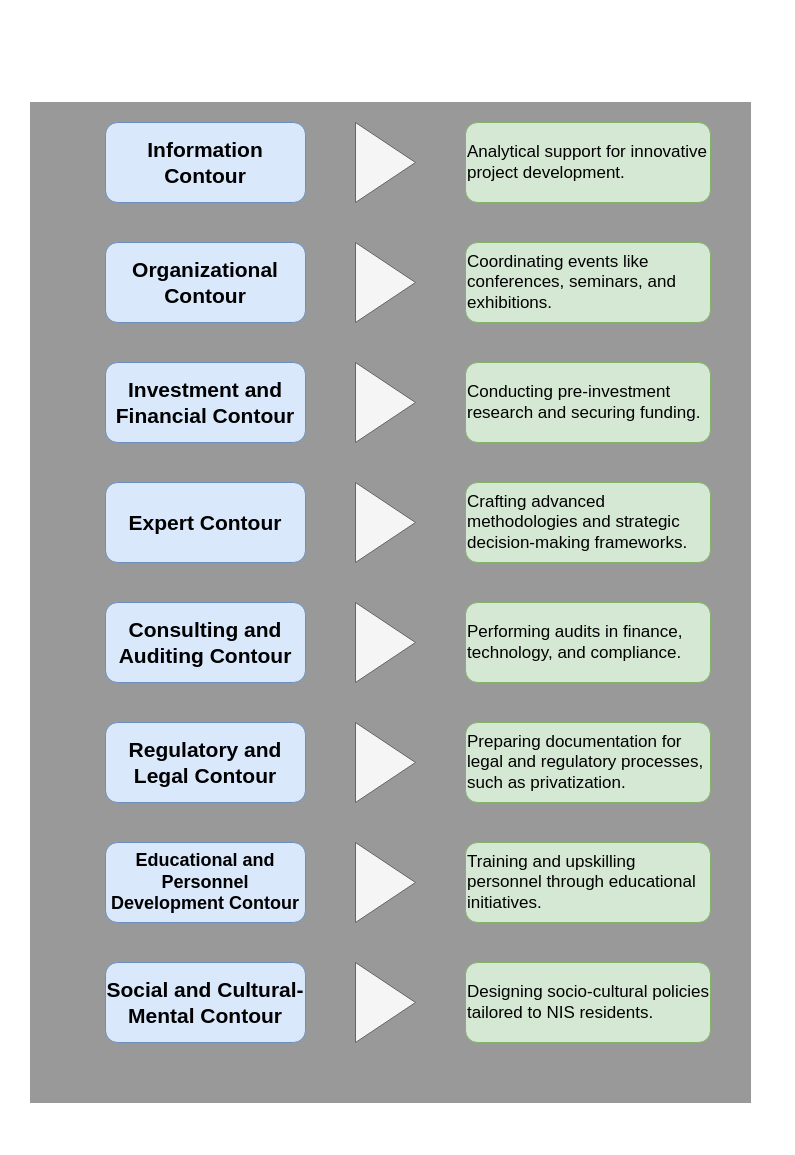
Before: page "Page-1" (1 of 4) of symposiofiles.drawio in EduardoJunqueira2004/Draw.ioFiles, a draw.io diagram. Source tidied: cells renumbered, new cells numbered last; positions are measured from the earlier drawing's top-left corner, leaving out a move shared by most shapes. Both pictures are drawn from the tidied source at 100%, with x=0, y=0 at pixel (30, 102).
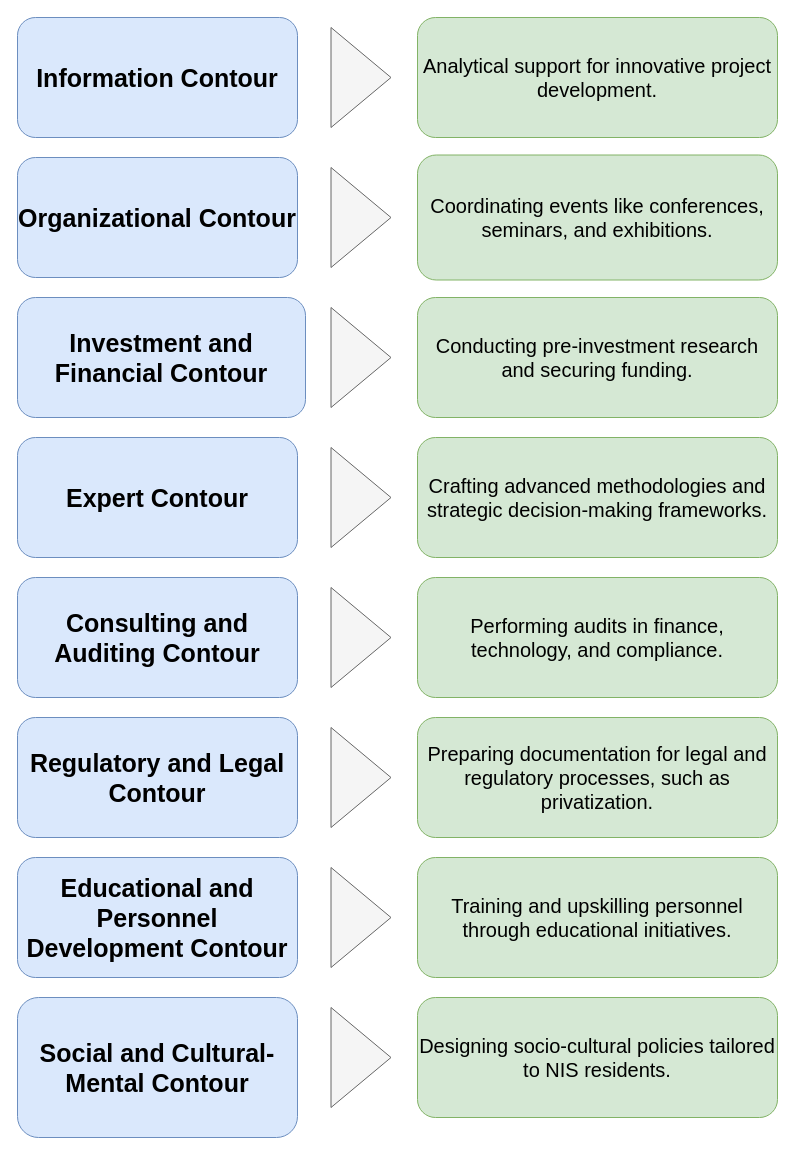
The same diagram, later.

The edit, as a diff of the source:
```diff
@@
-    <mxCell id="2" style="rounded=0;whiteSpace=wrap;html=1;fillColor=#999999;fontColor=default;strokeColor=#999999;strokeWidth=1;labelBackgroundColor=none;textOpacity=60;textShadow=0;labelBorderColor=none;" parent="1" vertex="1">
-      <mxGeometry width="720" height="1000" as="geometry" />
-    </mxCell>
-    <mxCell id="3" value="&lt;span style=&quot;caret-color: rgb(0, 0, 0); text-align: start;&quot;&gt;&lt;b style=&quot;&quot;&gt;&lt;font face=&quot;Helvetica&quot; style=&quot;font-size: 21px;&quot;&gt;Information Contour&lt;/font&gt;&lt;/b&gt;&lt;/span&gt;" style="rounded=1;whiteSpace=wrap;html=1;fillColor=#dae8fc;strokeColor=#6c8ebf;" parent="1" vertex="1">
-      <mxGeometry x="75" y="20" width="200" height="80" as="geometry" />
+    <mxCell id="3" value="&lt;span style=&quot;caret-color: rgb(0, 0, 0); text-align: start;&quot;&gt;&lt;b style=&quot;&quot;&gt;&lt;font face=&quot;Helvetica&quot; style=&quot;font-size: 25px;&quot;&gt;Information Contour&lt;/font&gt;&lt;/b&gt;&lt;/span&gt;" style="rounded=1;whiteSpace=wrap;html=1;fillColor=#dae8fc;strokeColor=#6c8ebf;" parent="1" vertex="1">
+      <mxGeometry x="-13" y="-85" width="280" height="120" as="geometry" />
     </mxCell>
-    <mxCell id="4" style="triangle;whiteSpace=wrap;html=1;fillColor=#f5f5f5;fontColor=#333333;strokeColor=#666666;" parent="1" vertex="1">
-      <mxGeometry x="325" y="20" width="60" height="80" as="geometry" />
-    </mxCell>
-    <mxCell id="5" value="&lt;span style=&quot;caret-color: rgb(0, 0, 0);&quot;&gt;&lt;font face=&quot;Helvetica&quot; style=&quot;font-size: 17px;&quot;&gt;Analytical support for innovative project development.&lt;/font&gt;&lt;/span&gt;" style="rounded=1;whiteSpace=wrap;html=1;fillColor=#d5e8d4;strokeColor=#82b366;align=left;" parent="1" vertex="1">
-      <mxGeometry x="435" y="20" width="245" height="80" as="geometry" />
+    <mxCell id="5" value="&lt;span style=&quot;caret-color: rgb(0, 0, 0);&quot;&gt;&lt;font face=&quot;Helvetica&quot; style=&quot;font-size: 20px;&quot;&gt;Analytical support for innovative project development.&lt;/font&gt;&lt;/span&gt;" style="rounded=1;whiteSpace=wrap;html=1;fillColor=#d5e8d4;strokeColor=#82b366;align=center;" parent="1" vertex="1">
+      <mxGeometry x="387" y="-85" width="360" height="120" as="geometry" />
     </mxCell>
-    <mxCell id="6" value="&lt;span style=&quot;caret-color: rgb(0, 0, 0); text-align: start;&quot;&gt;&lt;b style=&quot;&quot;&gt;&lt;font face=&quot;Helvetica&quot; style=&quot;font-size: 21px;&quot;&gt;Organizational Contour&lt;/font&gt;&lt;/b&gt;&lt;/span&gt;" style="rounded=1;whiteSpace=wrap;html=1;fillColor=#dae8fc;strokeColor=#6c8ebf;" parent="1" vertex="1">
-      <mxGeometry x="75" y="140" width="200" height="80" as="geometry" />
+    <mxCell id="6" value="&lt;span style=&quot;caret-color: rgb(0, 0, 0); text-align: start;&quot;&gt;&lt;b style=&quot;&quot;&gt;&lt;font face=&quot;Helvetica&quot; style=&quot;font-size: 25px;&quot;&gt;Organizational Contour&lt;/font&gt;&lt;/b&gt;&lt;/span&gt;" style="rounded=1;whiteSpace=wrap;html=1;fillColor=#dae8fc;strokeColor=#6c8ebf;" parent="1" vertex="1">
+      <mxGeometry x="-13" y="55" width="280" height="120" as="geometry" />
     </mxCell>
-    <mxCell id="7" style="triangle;whiteSpace=wrap;html=1;fillColor=#f5f5f5;fontColor=#333333;strokeColor=#666666;" parent="1" vertex="1">
-      <mxGeometry x="325" y="140" width="60" height="80" as="geometry" />
-    </mxCell>
-    <mxCell id="8" value="&lt;span style=&quot;caret-color: rgb(0, 0, 0);&quot;&gt;&lt;font face=&quot;Helvetica&quot; style=&quot;font-size: 17px;&quot;&gt;Coordinating events like conferences, seminars, and exhibitions.&lt;/font&gt;&lt;/span&gt;" style="rounded=1;whiteSpace=wrap;html=1;fillColor=#d5e8d4;strokeColor=#82b366;align=left;" parent="1" vertex="1">
-      <mxGeometry x="435" y="140" width="245" height="80" as="geometry" />
+    <mxCell id="8" value="&lt;span style=&quot;caret-color: rgb(0, 0, 0);&quot;&gt;&lt;font face=&quot;Helvetica&quot; style=&quot;font-size: 20px;&quot;&gt;Coordinating events like conferences, seminars, and exhibitions.&lt;/font&gt;&lt;/span&gt;" style="rounded=1;whiteSpace=wrap;html=1;fillColor=#d5e8d4;strokeColor=#82b366;align=center;" parent="1" vertex="1">
+      <mxGeometry x="387" y="52.5" width="360" height="125" as="geometry" />
     </mxCell>
-    <mxCell id="9" value="&lt;span style=&quot;caret-color: rgb(0, 0, 0); text-align: start;&quot;&gt;&lt;b style=&quot;&quot;&gt;&lt;font style=&quot;font-size: 21px;&quot;&gt;Investment and Financial Contour&lt;/font&gt;&lt;/b&gt;&lt;/span&gt;" style="rounded=1;whiteSpace=wrap;html=1;fillColor=#dae8fc;strokeColor=#6c8ebf;" parent="1" vertex="1">
-      <mxGeometry x="75" y="260" width="200" height="80" as="geometry" />
+    <mxCell id="9" value="&lt;span style=&quot;caret-color: rgb(0, 0, 0); text-align: start;&quot;&gt;&lt;b style=&quot;&quot;&gt;&lt;font style=&quot;font-size: 25px;&quot;&gt;Investment and Financial Contour&lt;/font&gt;&lt;/b&gt;&lt;/span&gt;" style="rounded=1;whiteSpace=wrap;html=1;fillColor=#dae8fc;strokeColor=#6c8ebf;" parent="1" vertex="1">
+      <mxGeometry x="-13" y="195" width="288" height="120" as="geometry" />
     </mxCell>
-    <mxCell id="10" style="triangle;whiteSpace=wrap;html=1;fillColor=#f5f5f5;fontColor=#333333;strokeColor=#666666;" parent="1" vertex="1">
-      <mxGeometry x="325" y="260" width="60" height="80" as="geometry" />
-    </mxCell>
-    <mxCell id="11" value="&lt;span style=&quot;caret-color: rgb(0, 0, 0); color: rgb(0, 0, 0); font-style: normal; font-variant-caps: normal; letter-spacing: normal; text-align: start; text-indent: 0px; text-transform: none; white-space: normal; word-spacing: 0px; -webkit-text-stroke-width: 0px; text-decoration: none; float: none; display: inline !important;&quot;&gt;&lt;font face=&quot;Helvetica&quot; style=&quot;font-size: 17px;&quot;&gt;Conducting pre-investment research and securing funding.&lt;/font&gt;&lt;/span&gt;" style="rounded=1;whiteSpace=wrap;html=1;fillColor=#d5e8d4;strokeColor=#82b366;align=left;" parent="1" vertex="1">
-      <mxGeometry x="435" y="260" width="245" height="80" as="geometry" />
+    <mxCell id="11" value="&lt;span style=&quot;caret-color: rgb(0, 0, 0); color: rgb(0, 0, 0); font-style: normal; font-variant-caps: normal; letter-spacing: normal; text-indent: 0px; text-transform: none; white-space: normal; word-spacing: 0px; -webkit-text-stroke-width: 0px; text-decoration: none; float: none; display: inline !important;&quot;&gt;&lt;font face=&quot;Helvetica&quot; style=&quot;font-size: 20px;&quot;&gt;Conducting pre-investment research and securing funding.&lt;/font&gt;&lt;/span&gt;" style="rounded=1;whiteSpace=wrap;html=1;fillColor=#d5e8d4;strokeColor=#82b366;align=center;" parent="1" vertex="1">
+      <mxGeometry x="387" y="195" width="360" height="120" as="geometry" />
     </mxCell>
-    <mxCell id="12" value="&lt;span style=&quot;caret-color: rgb(0, 0, 0); text-align: start;&quot;&gt;&lt;b style=&quot;&quot;&gt;&lt;font face=&quot;Helvetica&quot; style=&quot;font-size: 21px;&quot;&gt;Expert Contour&lt;/font&gt;&lt;/b&gt;&lt;/span&gt;" style="rounded=1;whiteSpace=wrap;html=1;fillColor=#dae8fc;strokeColor=#6c8ebf;" parent="1" vertex="1">
-      <mxGeometry x="75" y="380" width="200" height="80" as="geometry" />
+    <mxCell id="12" value="&lt;span style=&quot;caret-color: rgb(0, 0, 0); text-align: start;&quot;&gt;&lt;b style=&quot;&quot;&gt;&lt;font face=&quot;Helvetica&quot; style=&quot;font-size: 25px;&quot;&gt;Expert Contour&lt;/font&gt;&lt;/b&gt;&lt;/span&gt;" style="rounded=1;whiteSpace=wrap;html=1;fillColor=#dae8fc;strokeColor=#6c8ebf;" parent="1" vertex="1">
+      <mxGeometry x="-13" y="335" width="280" height="120" as="geometry" />
     </mxCell>
-    <mxCell id="13" style="triangle;whiteSpace=wrap;html=1;fillColor=#f5f5f5;fontColor=#333333;strokeColor=#666666;" parent="1" vertex="1">
-      <mxGeometry x="325" y="380" width="60" height="80" as="geometry" />
-    </mxCell>
+    <mxCell id="15" value="&lt;span style=&quot;caret-color: rgb(0, 0, 0); text-align: start;&quot;&gt;&lt;b style=&quot;&quot;&gt;&lt;font style=&quot;font-size: 25px;&quot;&gt;Consulting and Auditing Contour&lt;/font&gt;&lt;/b&gt;&lt;/span&gt;" style="rounded=1;whiteSpace=wrap;html=1;fillColor=#dae8fc;strokeColor=#6c8ebf;" parent="1" vertex="1">
+      <mxGeometry x="-13" y="475" width="280" height="120" as="geometry" />
+    </mxCell>
+    <mxCell id="18" value="&lt;span style=&quot;caret-color: rgb(0, 0, 0); text-align: start;&quot;&gt;&lt;b style=&quot;&quot;&gt;&lt;font face=&quot;Helvetica&quot; style=&quot;font-size: 25px;&quot;&gt;Regulatory and Legal Contour&lt;/font&gt;&lt;/b&gt;&lt;/span&gt;" style="rounded=1;whiteSpace=wrap;html=1;fillColor=#dae8fc;strokeColor=#6c8ebf;" parent="1" vertex="1">
+      <mxGeometry x="-13" y="615" width="280" height="120" as="geometry" />
+    </mxCell>
+    <mxCell id="21" value="&lt;span style=&quot;caret-color: rgb(0, 0, 0); text-align: start;&quot;&gt;&lt;b style=&quot;&quot;&gt;&lt;font face=&quot;Helvetica&quot; style=&quot;font-size: 25px;&quot;&gt;Educational and Personnel Development Contour&lt;/font&gt;&lt;/b&gt;&lt;/span&gt;" style="rounded=1;whiteSpace=wrap;html=1;fillColor=#dae8fc;strokeColor=#6c8ebf;" parent="1" vertex="1">
+      <mxGeometry x="-13" y="755" width="280" height="120" as="geometry" />
+    </mxCell>
+    <mxCell id="24" value="&lt;span style=&quot;caret-color: rgb(0, 0, 0); text-align: start;&quot;&gt;&lt;b style=&quot;&quot;&gt;&lt;font face=&quot;Helvetica&quot; style=&quot;font-size: 25px;&quot;&gt;Social and Cultural-Mental Contour&lt;/font&gt;&lt;/b&gt;&lt;/span&gt;" style="rounded=1;whiteSpace=wrap;html=1;fillColor=#dae8fc;strokeColor=#6c8ebf;" parent="1" vertex="1">
+      <mxGeometry x="-13" y="895" width="280" height="140" as="geometry" />
+    </mxCell>
+    <mxCell id="27" style="triangle;whiteSpace=wrap;html=1;fillColor=#f5f5f5;fontColor=#333333;strokeColor=#666666;" parent="1" vertex="1">
+      <mxGeometry x="300.5" y="205" width="60" height="100" as="geometry" />
+    </mxCell>
+    <mxCell id="28" style="triangle;whiteSpace=wrap;html=1;fillColor=#f5f5f5;fontColor=#333333;strokeColor=#666666;" parent="1" vertex="1">
+      <mxGeometry x="300.5" y="345" width="60" height="100" as="geometry" />
+    </mxCell>
-    <mxCell id="14" value="&lt;span style=&quot;caret-color: rgb(0, 0, 0); color: rgb(0, 0, 0); font-style: normal; font-variant-caps: normal; font-weight: 400; letter-spacing: normal; text-indent: 0px; text-transform: none; white-space: normal; word-spacing: 0px; -webkit-text-stroke-width: 0px; text-decoration: none; float: none; display: inline !important;&quot;&gt;&lt;font face=&quot;Helvetica&quot; style=&quot;font-size: 17px;&quot;&gt;Crafting advanced methodologies and strategic decision-making frameworks.&lt;/font&gt;&lt;/span&gt;" style="rounded=1;whiteSpace=wrap;html=1;fillColor=#d5e8d4;strokeColor=#82b366;align=left;" parent="1" vertex="1">
-      <mxGeometry x="435" y="380" width="245" height="80" as="geometry" />
+    <mxCell id="14" value="&lt;span style=&quot;text-align: left; caret-color: rgb(0, 0, 0);&quot;&gt;&lt;font style=&quot;font-size: 20px;&quot;&gt;Crafting advanced methodologies and strategic decision-making frameworks.&lt;/font&gt;&lt;/span&gt;" style="rounded=1;whiteSpace=wrap;html=1;fillColor=#d5e8d4;strokeColor=#82b366;align=center;" parent="1" vertex="1">
+      <mxGeometry x="387" y="335" width="360" height="120" as="geometry" />
     </mxCell>
-    <mxCell id="15" value="&lt;span style=&quot;caret-color: rgb(0, 0, 0); text-align: start;&quot;&gt;&lt;b style=&quot;&quot;&gt;&lt;font style=&quot;font-size: 21px;&quot;&gt;Consulting and Auditing Contour&lt;/font&gt;&lt;/b&gt;&lt;/span&gt;" style="rounded=1;whiteSpace=wrap;html=1;fillColor=#dae8fc;strokeColor=#6c8ebf;" parent="1" vertex="1">
-      <mxGeometry x="75" y="500" width="200" height="80" as="geometry" />
-    </mxCell>
-    <mxCell id="16" style="triangle;whiteSpace=wrap;html=1;fillColor=#f5f5f5;fontColor=#333333;strokeColor=#666666;" parent="1" vertex="1">
-      <mxGeometry x="325" y="500" width="60" height="80" as="geometry" />
-    </mxCell>
-    <mxCell id="17" value="&lt;span style=&quot;caret-color: rgb(0, 0, 0);&quot;&gt;&lt;font face=&quot;Helvetica&quot; style=&quot;font-size: 17px;&quot;&gt;Performing audits in finance, technology, and compliance.&lt;/font&gt;&lt;/span&gt;" style="rounded=1;whiteSpace=wrap;html=1;fillColor=#d5e8d4;strokeColor=#82b366;align=left;" parent="1" vertex="1">
-      <mxGeometry x="435" y="500" width="245" height="80" as="geometry" />
+    <mxCell id="17" value="&lt;span style=&quot;text-align: left; caret-color: rgb(0, 0, 0);&quot;&gt;&lt;font style=&quot;font-size: 20px;&quot;&gt;Performing audits in finance, technology, and compliance.&lt;/font&gt;&lt;/span&gt;" style="rounded=1;whiteSpace=wrap;html=1;fillColor=#d5e8d4;strokeColor=#82b366;align=center;" parent="1" vertex="1">
+      <mxGeometry x="387" y="475" width="360" height="120" as="geometry" />
     </mxCell>
-    <mxCell id="18" value="&lt;span style=&quot;caret-color: rgb(0, 0, 0); text-align: start;&quot;&gt;&lt;b style=&quot;&quot;&gt;&lt;font face=&quot;Helvetica&quot; style=&quot;font-size: 21px;&quot;&gt;Regulatory and Legal Contour&lt;/font&gt;&lt;/b&gt;&lt;/span&gt;" style="rounded=1;whiteSpace=wrap;html=1;fillColor=#dae8fc;strokeColor=#6c8ebf;" parent="1" vertex="1">
-      <mxGeometry x="75" y="620" width="200" height="80" as="geometry" />
-    </mxCell>
-    <mxCell id="19" style="triangle;whiteSpace=wrap;html=1;fillColor=#f5f5f5;fontColor=#333333;strokeColor=#666666;" parent="1" vertex="1">
-      <mxGeometry x="325" y="620" width="60" height="80" as="geometry" />
-    </mxCell>
+    <mxCell id="29" style="triangle;whiteSpace=wrap;html=1;fillColor=#f5f5f5;fontColor=#333333;strokeColor=#666666;" parent="1" vertex="1">
+      <mxGeometry x="300.5" y="65" width="60" height="100" as="geometry" />
+    </mxCell>
+    <mxCell id="30" style="triangle;whiteSpace=wrap;html=1;fillColor=#f5f5f5;fontColor=#333333;strokeColor=#666666;" parent="1" vertex="1">
+      <mxGeometry x="300.5" y="-75" width="60" height="100" as="geometry" />
+    </mxCell>
+    <mxCell id="31" style="triangle;whiteSpace=wrap;html=1;fillColor=#f5f5f5;fontColor=#333333;strokeColor=#666666;" parent="1" vertex="1">
+      <mxGeometry x="300.5" y="485" width="60" height="100" as="geometry" />
+    </mxCell>
-    <mxCell id="20" value="&lt;span style=&quot;caret-color: rgb(0, 0, 0);&quot;&gt;&lt;font style=&quot;font-size: 17px;&quot; face=&quot;Helvetica&quot;&gt;Preparing documentation for legal and regulatory processes, such as privatization.&lt;/font&gt;&lt;/span&gt;" style="rounded=1;whiteSpace=wrap;html=1;fillColor=#d5e8d4;strokeColor=#82b366;align=left;" parent="1" vertex="1">
-      <mxGeometry x="435" y="620" width="245" height="80" as="geometry" />
+    <mxCell id="20" value="&lt;span style=&quot;text-align: left; caret-color: rgb(0, 0, 0);&quot;&gt;&lt;font style=&quot;font-size: 20px;&quot;&gt;Preparing documentation for legal and regulatory processes, such as privatization.&lt;/font&gt;&lt;/span&gt;" style="rounded=1;whiteSpace=wrap;html=1;fillColor=#d5e8d4;strokeColor=#82b366;align=center;" parent="1" vertex="1">
+      <mxGeometry x="387" y="615" width="360" height="120" as="geometry" />
     </mxCell>
-    <mxCell id="21" value="&lt;span style=&quot;caret-color: rgb(0, 0, 0); text-align: start;&quot;&gt;&lt;b style=&quot;&quot;&gt;&lt;font face=&quot;Helvetica&quot; style=&quot;font-size: 18px;&quot;&gt;Educational and Personnel Development Contour&lt;/font&gt;&lt;/b&gt;&lt;/span&gt;" style="rounded=1;whiteSpace=wrap;html=1;fillColor=#dae8fc;strokeColor=#6c8ebf;" parent="1" vertex="1">
-      <mxGeometry x="75" y="740" width="200" height="80" as="geometry" />
-    </mxCell>
-    <mxCell id="22" style="triangle;whiteSpace=wrap;html=1;fillColor=#f5f5f5;fontColor=#333333;strokeColor=#666666;" parent="1" vertex="1">
-      <mxGeometry x="325" y="740" width="60" height="80" as="geometry" />
-    </mxCell>
+    <mxCell id="32" style="triangle;whiteSpace=wrap;html=1;fillColor=#f5f5f5;fontColor=#333333;strokeColor=#666666;" parent="1" vertex="1">
+      <mxGeometry x="300.5" y="625" width="60" height="100" as="geometry" />
+    </mxCell>
+    <mxCell id="33" style="triangle;whiteSpace=wrap;html=1;fillColor=#f5f5f5;fontColor=#333333;strokeColor=#666666;" parent="1" vertex="1">
+      <mxGeometry x="300.5" y="765" width="60" height="100" as="geometry" />
+    </mxCell>
-    <mxCell id="23" value="&lt;span style=&quot;caret-color: rgb(0, 0, 0);&quot;&gt;&lt;font face=&quot;Helvetica&quot; style=&quot;font-size: 17px;&quot;&gt;Training and upskilling personnel through educational initiatives.&lt;/font&gt;&lt;/span&gt;" style="rounded=1;whiteSpace=wrap;html=1;fillColor=#d5e8d4;strokeColor=#82b366;align=left;" parent="1" vertex="1">
-      <mxGeometry x="435" y="740" width="245" height="80" as="geometry" />
+    <mxCell id="23" value="&lt;span style=&quot;text-align: left; caret-color: rgb(0, 0, 0);&quot;&gt;&lt;font style=&quot;font-size: 20px;&quot;&gt;Training and upskilling personnel through educational initiatives.&lt;/font&gt;&lt;/span&gt;" style="rounded=1;whiteSpace=wrap;html=1;fillColor=#d5e8d4;strokeColor=#82b366;align=center;" parent="1" vertex="1">
+      <mxGeometry x="387" y="755" width="360" height="120" as="geometry" />
     </mxCell>
-    <mxCell id="24" value="&lt;span style=&quot;caret-color: rgb(0, 0, 0); text-align: start;&quot;&gt;&lt;b style=&quot;&quot;&gt;&lt;font face=&quot;Helvetica&quot; style=&quot;font-size: 21px;&quot;&gt;Social and Cultural-Mental Contour&lt;/font&gt;&lt;/b&gt;&lt;/span&gt;" style="rounded=1;whiteSpace=wrap;html=1;fillColor=#dae8fc;strokeColor=#6c8ebf;" parent="1" vertex="1">
-      <mxGeometry x="75" y="860" width="200" height="80" as="geometry" />
-    </mxCell>
-    <mxCell id="25" style="triangle;whiteSpace=wrap;html=1;fillColor=#f5f5f5;fontColor=#333333;strokeColor=#666666;" parent="1" vertex="1">
-      <mxGeometry x="325" y="860" width="60" height="80" as="geometry" />
-    </mxCell>
-    <mxCell id="26" value="&lt;span style=&quot;caret-color: rgb(0, 0, 0);&quot;&gt;&lt;font face=&quot;Helvetica&quot; style=&quot;font-size: 17px;&quot;&gt;Designing socio-cultural policies tailored to NIS residents.&lt;/font&gt;&lt;/span&gt;" style="rounded=1;whiteSpace=wrap;html=1;fillColor=#d5e8d4;strokeColor=#82b366;align=left;" parent="1" vertex="1">
-      <mxGeometry x="435" y="860" width="245" height="80" as="geometry" />
+    <mxCell id="26" value="&lt;span style=&quot;text-align: left; caret-color: rgb(0, 0, 0);&quot;&gt;&lt;font style=&quot;font-size: 20px;&quot;&gt;Designing socio-cultural policies tailored to NIS residents.&lt;/font&gt;&lt;/span&gt;" style="rounded=1;whiteSpace=wrap;html=1;fillColor=#d5e8d4;strokeColor=#82b366;align=center;" parent="1" vertex="1">
+      <mxGeometry x="387" y="895" width="360" height="120" as="geometry" />
     </mxCell>
+    <mxCell id="34" style="triangle;whiteSpace=wrap;html=1;fillColor=#f5f5f5;fontColor=#333333;strokeColor=#666666;" parent="1" vertex="1">
+      <mxGeometry x="300.5" y="905" width="60" height="100" as="geometry" />
+    </mxCell>
```
